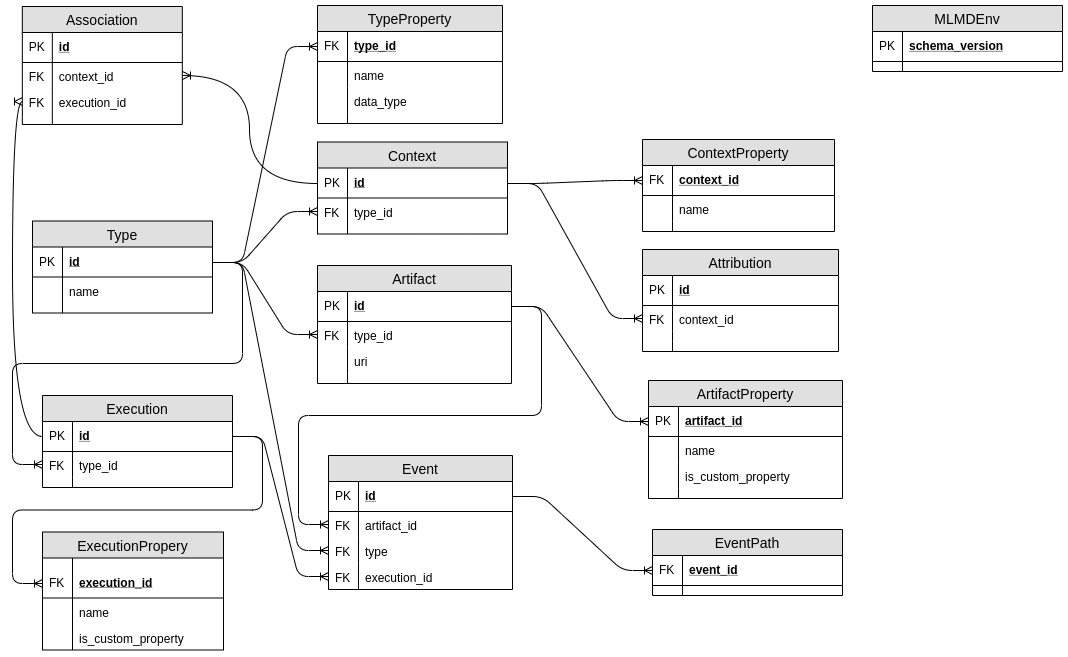
Above: g3doc/images/ml_metadata_er.png in google/ml-metadata (draw.io), before the change. Source tidied: cells renumbered, new cells last; positions are measured from the earlier drawing's top-left corner, leaving out a move shared by most shapes.
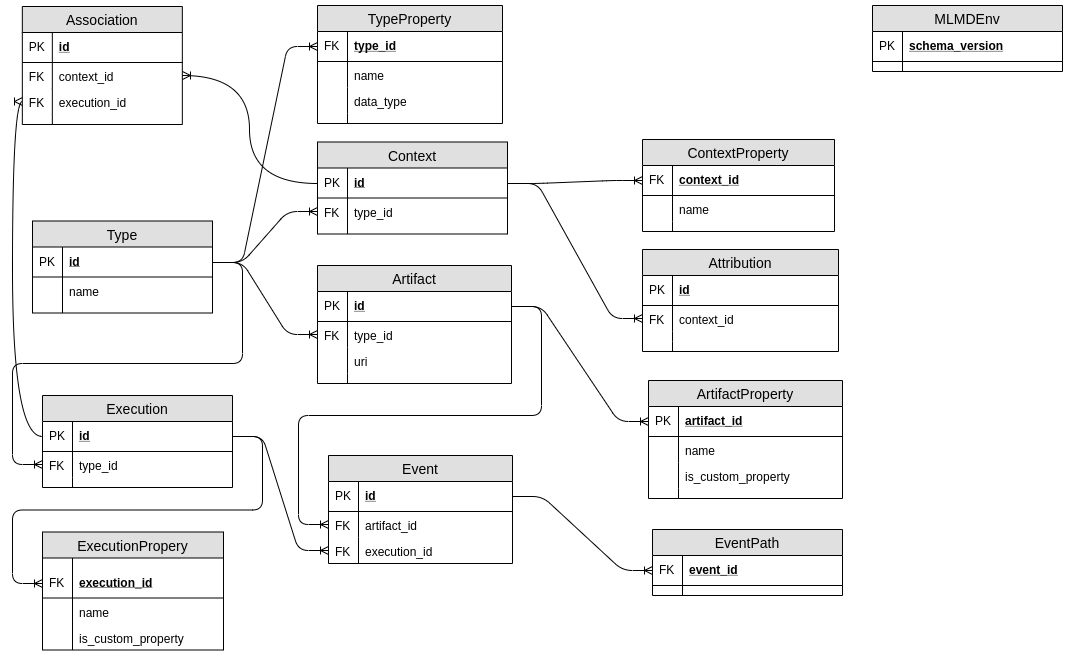
After the commit.

Commit message:
replaced spurios relation

Diff of the diagram source:
```diff
@@ -129,7 +129,7 @@
       <mxGeometry width="30" height="10" as="geometry" />
     </mxCell>
     <mxCell id="44" value="Event" style="swimlane;fontStyle=0;horizontal=1;startSize=26;fillColor=#e0e0e0;swimlaneFillColor=#ffffff;align=center;fontSize=14;" parent="1" vertex="1">
-      <mxGeometry x="306" y="450" width="184" height="134" as="geometry" />
+      <mxGeometry x="306" y="450" width="184" height="108" as="geometry" />
     </mxCell>
     <mxCell id="45" value="id" style="shape=partialRectangle;top=0;left=0;right=0;bottom=1;align=left;verticalAlign=middle;fillColor=none;spacingLeft=34;spacingRight=4;overflow=hidden;points=[[0,0.5],[1,0.5]];portConstraint=eastwest;fontStyle=5;fontSize=12;" parent="44" vertex="1">
       <mxGeometry y="26" width="184" height="30" as="geometry" />
@@ -143,14 +143,8 @@
     <mxCell id="48" value="FK" style="shape=partialRectangle;top=0;left=0;bottom=0;fillColor=none;align=left;verticalAlign=top;spacingLeft=4;spacingRight=4;overflow=hidden;fontSize=12;" parent="47" vertex="1">
       <mxGeometry width="30" height="26" as="geometry" />
     </mxCell>
-    <mxCell id="49" value="type" style="shape=partialRectangle;top=0;left=0;right=0;bottom=0;align=left;verticalAlign=top;fillColor=none;spacingLeft=34;spacingRight=4;overflow=hidden;points=[[0,0.5],[1,0.5]];portConstraint=eastwest;fontSize=12;" parent="44" vertex="1">
-      <mxGeometry y="82" width="184" height="26" as="geometry" />
-    </mxCell>
-    <mxCell id="50" value="FK" style="shape=partialRectangle;top=0;left=0;bottom=0;fillColor=none;align=left;verticalAlign=top;spacingLeft=4;spacingRight=4;overflow=hidden;fontSize=12;" parent="49" vertex="1">
-      <mxGeometry width="30" height="26" as="geometry" />
-    </mxCell>
     <mxCell id="51" value="execution_id" style="shape=partialRectangle;top=0;left=0;right=0;bottom=0;align=left;verticalAlign=top;fillColor=none;spacingLeft=34;spacingRight=4;overflow=hidden;points=[[0,0.5],[1,0.5]];portConstraint=eastwest;fontSize=12;" parent="44" vertex="1">
-      <mxGeometry y="108" width="184" height="26" as="geometry" />
+      <mxGeometry y="82" width="184" height="26" as="geometry" />
     </mxCell>
     <mxCell id="52" value="FK" style="shape=partialRectangle;top=0;left=0;bottom=0;fillColor=none;align=left;verticalAlign=top;spacingLeft=4;spacingRight=4;overflow=hidden;fontSize=12;" parent="51" vertex="1">
       <mxGeometry width="30" height="26" as="geometry" />
@@ -332,9 +326,6 @@
     <mxCell id="111" style="edgeStyle=entityRelationEdgeStyle;fontSize=12;html=1;endArrow=ERoneToMany;entryX=0;entryY=0.5;entryDx=0;entryDy=0;exitX=1;exitY=0.5;exitDx=0;exitDy=0;" parent="1" edge="1" source="33" target="51">
       <mxGeometry relative="1" as="geometry" />
     </mxCell>
-    <mxCell id="112" style="edgeStyle=entityRelationEdgeStyle;fontSize=12;html=1;endArrow=ERoneToMany;exitX=1;exitY=0.5;exitDx=0;exitDy=0;entryX=0;entryY=0.5;entryDx=0;entryDy=0;" parent="1" edge="1" source="12" target="49">
-      <mxGeometry relative="1" as="geometry" />
-    </mxCell>
     <mxCell id="113" style="edgeStyle=entityRelationEdgeStyle;fontSize=12;html=1;endArrow=ERoneToMany;entryX=0;entryY=0.5;entryDx=0;entryDy=0;exitX=1;exitY=0.5;exitDx=0;exitDy=0;" parent="1" edge="1" source="100" target="54">
       <mxGeometry relative="1" as="geometry" />
     </mxCell>
```
